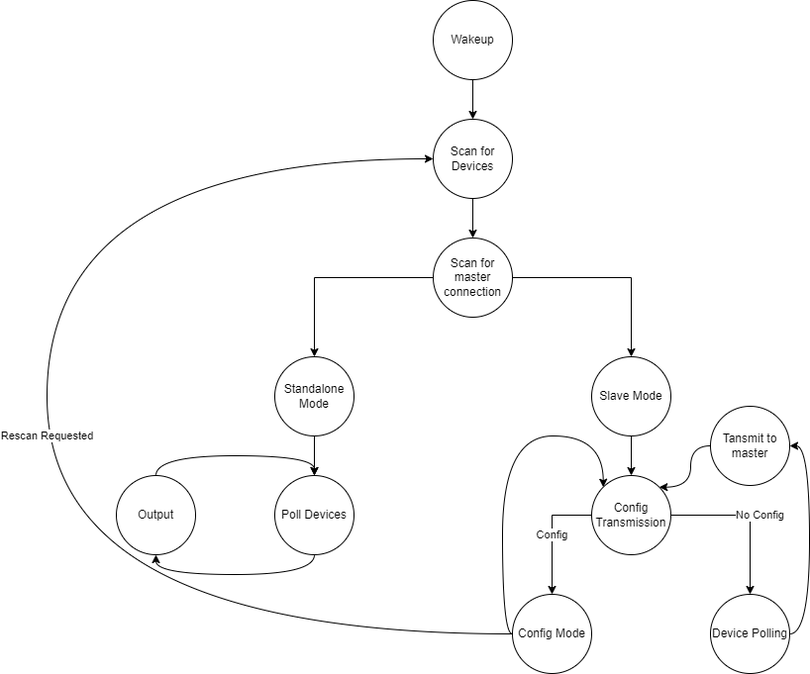
Above: ProjectDocuments/flowchart.png in YonatanAmir1996/M5StackTelemetry (draw.io), before the change. Source tidied: cells renumbered, new cells last; positions are measured from the earlier drawing's top-left corner, leaving out a move shared by most shapes.
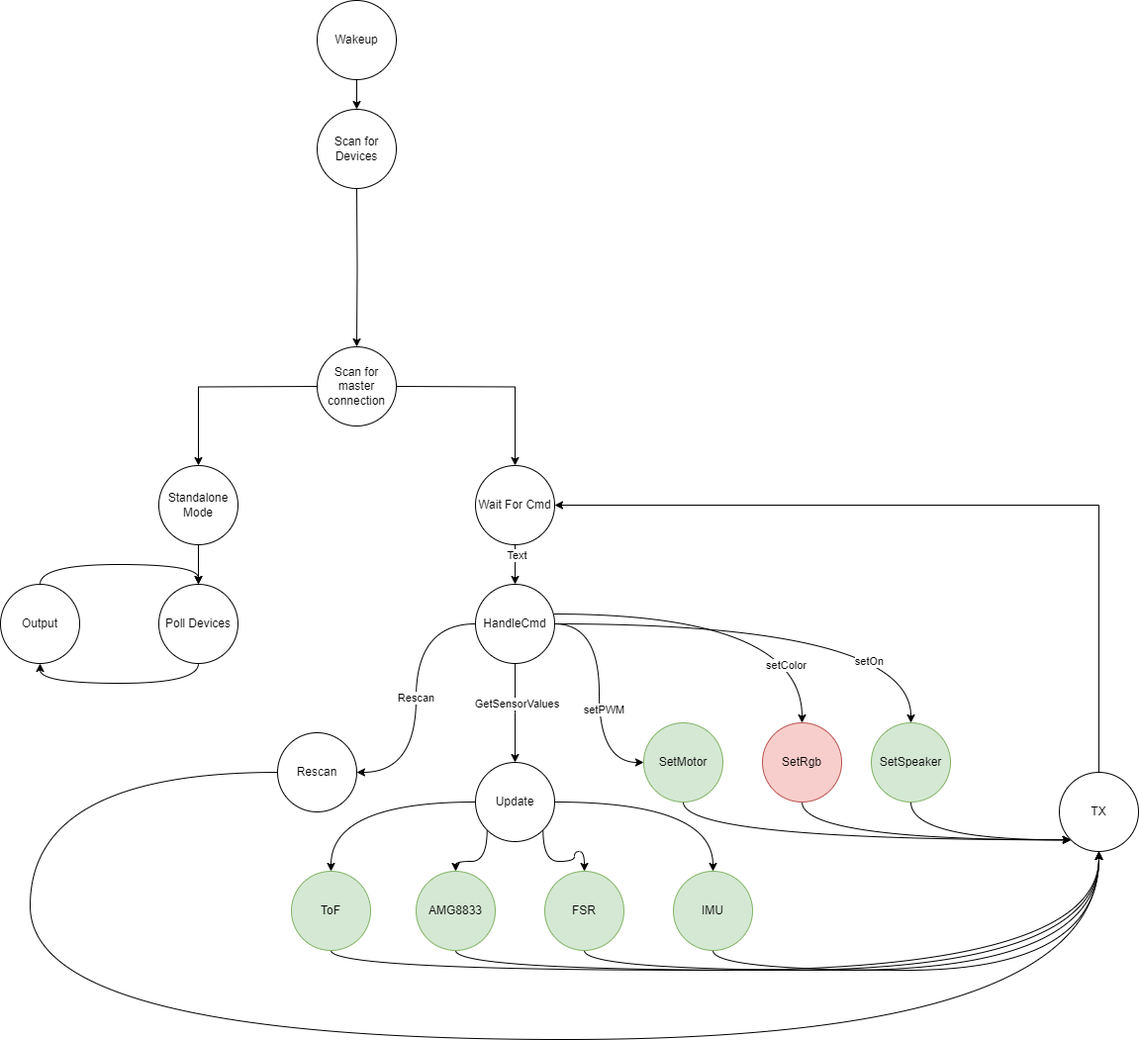
Above is the later version.

The edit, as a diff of the source:
```diff
@@ -2,31 +2,31 @@
   <root>
     <mxCell id="0" />
     <mxCell id="1" parent="0" />
-    <mxCell id="2" style="edgeStyle=orthogonalEdgeStyle;rounded=0;jettySize=auto;html=1;entryX=0.5;entryY=0;entryDx=0;entryDy=0;" parent="1" edge="1" source="3" target="5">
-      <mxGeometry relative="1" as="geometry" />
-    </mxCell>
+    <mxCell id="27" style="edgeStyle=orthogonalEdgeStyle;rounded=0;jettySize=auto;html=1;exitX=0.5;exitY=1;exitDx=0;exitDy=0;entryX=0.5;entryY=0;entryDx=0;entryDy=0;" parent="1" edge="1" source="3">
+      <mxGeometry relative="1" as="geometry">
+        <mxPoint x="430" as="targetPoint" />
+      </mxGeometry>
+    </mxCell>
     <mxCell id="3" value="Wakeup" style="ellipse;whiteSpace=wrap;html=1;" parent="1" vertex="1">
-      <mxGeometry x="390" width="80" height="80" as="geometry" />
+      <mxGeometry x="390" y="-110" width="80" height="80" as="geometry" />
     </mxCell>
-    <mxCell id="4" style="edgeStyle=orthogonalEdgeStyle;rounded=0;jettySize=auto;html=1;entryX=0.5;entryY=0;entryDx=0;entryDy=0;" parent="1" edge="1" source="5" target="8">
-      <mxGeometry relative="1" as="geometry" />
-    </mxCell>
-    <mxCell id="5" value="Scan for Devices" style="ellipse;whiteSpace=wrap;html=1;" parent="1" vertex="1">
-      <mxGeometry x="390" y="120" width="80" height="80" as="geometry" />
-    </mxCell>
-    <mxCell id="6" style="edgeStyle=orthogonalEdgeStyle;rounded=0;jettySize=auto;html=1;entryX=0.5;entryY=0;entryDx=0;entryDy=0;" parent="1" edge="1" source="8" target="10">
-      <mxGeometry relative="1" as="geometry" />
+    <mxCell id="6" style="edgeStyle=orthogonalEdgeStyle;rounded=0;jettySize=auto;html=1;entryX=0.5;entryY=0;entryDx=0;entryDy=0;" parent="1" edge="1" target="10">
+      <mxGeometry relative="1" as="geometry">
+        <mxPoint x="470" y="280" as="sourcePoint" />
+      </mxGeometry>
     </mxCell>
-    <mxCell id="7" style="edgeStyle=orthogonalEdgeStyle;rounded=0;jettySize=auto;html=1;entryX=0.5;entryY=0;entryDx=0;entryDy=0;" parent="1" edge="1" source="8" target="12">
-      <mxGeometry relative="1" as="geometry" />
+    <mxCell id="7" style="edgeStyle=orthogonalEdgeStyle;rounded=0;jettySize=auto;html=1;entryX=0.5;entryY=0;entryDx=0;entryDy=0;" parent="1" edge="1" target="12">
+      <mxGeometry relative="1" as="geometry">
+        <mxPoint x="390" y="280" as="sourcePoint" />
+      </mxGeometry>
     </mxCell>
-    <mxCell id="8" value="Scan for master connection" style="ellipse;whiteSpace=wrap;html=1;" parent="1" vertex="1">
-      <mxGeometry x="390" y="240" width="80" height="80" as="geometry" />
-    </mxCell>
     <mxCell id="9" style="edgeStyle=orthogonalEdgeStyle;rounded=0;jettySize=auto;html=1;entryX=0.5;entryY=0;entryDx=0;entryDy=0;" parent="1" edge="1" source="10" target="19">
       <mxGeometry relative="1" as="geometry" />
     </mxCell>
+    <mxCell id="28" value="Text" style="edgeLabel;html=1;align=center;verticalAlign=middle;" parent="9" vertex="1">
+      <mxGeometry x="-0.5" y="1" relative="1" as="geometry" />
+    </mxCell>
-    <mxCell id="10" value="Slave Mode" style="ellipse;whiteSpace=wrap;html=1;" parent="1" vertex="1">
+    <mxCell id="10" value="Wait For Cmd" style="ellipse;whiteSpace=wrap;html=1;" parent="1" vertex="1">
       <mxGeometry x="550" y="360" width="80" height="80" as="geometry" />
     </mxCell>
     <mxCell id="11" style="edgeStyle=orthogonalEdgeStyle;rounded=0;jettySize=auto;html=1;entryX=0.5;entryY=0;entryDx=0;entryDy=0;" parent="1" edge="1" source="12" target="14">
@@ -52,55 +52,131 @@
     <mxCell id="16" value="Output" style="ellipse;whiteSpace=wrap;html=1;" parent="1" vertex="1">
       <mxGeometry x="70" y="480" width="80" height="80" as="geometry" />
     </mxCell>
-    <mxCell id="17" value="No Config" style="edgeStyle=orthogonalEdgeStyle;rounded=0;jettySize=auto;html=1;entryX=0.5;entryY=0;entryDx=0;entryDy=0;" parent="1" edge="1" source="19" target="21">
-      <mxGeometry y="10" relative="1" as="geometry" />
-    </mxCell>
-    <mxCell id="18" value="Config" style="edgeStyle=orthogonalEdgeStyle;rounded=0;jettySize=auto;html=1;entryX=0.5;entryY=0;entryDx=0;entryDy=0;" parent="1" edge="1" source="19" target="26">
-      <mxGeometry relative="1" as="geometry">
-        <Array as="points">
-          <mxPoint x="510" y="520" />
-        </Array>
-      </mxGeometry>
+    <mxCell id="18" value="Rescan" style="edgeStyle=orthogonalEdgeStyle;rounded=0;jettySize=auto;html=1;entryX=1;entryY=0.5;entryDx=0;entryDy=0;curved=1;" parent="1" edge="1" source="19" target="26">
+      <mxGeometry relative="1" as="geometry" />
     </mxCell>
+    <mxCell id="29" style="edgeStyle=orthogonalEdgeStyle;rounded=0;jettySize=auto;html=1;exitX=0.5;exitY=1;exitDx=0;exitDy=0;" parent="1" edge="1" source="19">
+      <mxGeometry relative="1" as="geometry">
+        <mxPoint x="590" y="660" as="targetPoint" />
+      </mxGeometry>
+    </mxCell>
+    <mxCell id="30" value="GetSensorValues" style="edgeLabel;html=1;align=center;verticalAlign=middle;" parent="29" vertex="1">
+      <mxGeometry x="-0.2" y="1" relative="1" as="geometry" />
+    </mxCell>
+    <mxCell id="31" style="edgeStyle=orthogonalEdgeStyle;rounded=0;jettySize=auto;html=1;exitX=1;exitY=0.5;exitDx=0;exitDy=0;entryX=0;entryY=0.5;entryDx=0;entryDy=0;curved=1;" parent="1" edge="1" source="19" target="37">
+      <mxGeometry relative="1" as="geometry" />
+    </mxCell>
+    <mxCell id="32" value="setPWM" style="edgeLabel;html=1;align=center;verticalAlign=middle;" parent="31" vertex="1">
+      <mxGeometry x="0.14" y="4" relative="1" as="geometry" />
+    </mxCell>
+    <mxCell id="33" style="edgeStyle=orthogonalEdgeStyle;rounded=0;jettySize=auto;html=1;exitX=1;exitY=1;exitDx=0;exitDy=0;entryX=0.5;entryY=0;entryDx=0;entryDy=0;curved=1;" parent="1" edge="1" target="39">
+      <mxGeometry relative="1" as="geometry">
+        <mxPoint x="630" y="510" as="sourcePoint" />
+      </mxGeometry>
+    </mxCell>
+    <mxCell id="34" value="setColor" style="edgeLabel;html=1;align=center;verticalAlign=middle;" parent="33" vertex="1">
+      <mxGeometry x="0.68" y="-17" relative="1" as="geometry" />
+    </mxCell>
-    <mxCell id="19" value="Config Transmission" style="ellipse;whiteSpace=wrap;html=1;" parent="1" vertex="1">
+    <mxCell id="19" value="HandleCmd" style="ellipse;whiteSpace=wrap;html=1;" parent="1" vertex="1">
       <mxGeometry x="550" y="480" width="80" height="80" as="geometry" />
     </mxCell>
-    <mxCell id="20" style="edgeStyle=orthogonalEdgeStyle;jettySize=auto;html=1;entryX=1;entryY=0.5;entryDx=0;entryDy=0;curved=1;" parent="1" edge="1" source="21" target="23">
-      <mxGeometry relative="1" as="geometry">
-        <Array as="points">
-          <mxPoint x="770" y="640" />
-          <mxPoint x="770" y="450" />
-        </Array>
-      </mxGeometry>
-    </mxCell>
-    <mxCell id="21" value="Device Polling" style="ellipse;whiteSpace=wrap;html=1;" parent="1" vertex="1">
-      <mxGeometry x="670" y="600" width="80" height="80" as="geometry" />
-    </mxCell>
-    <mxCell id="22" style="edgeStyle=orthogonalEdgeStyle;jettySize=auto;html=1;entryX=1;entryY=0;entryDx=0;entryDy=0;curved=1;" parent="1" edge="1" source="23" target="19">
-      <mxGeometry relative="1" as="geometry" />
-    </mxCell>
-    <mxCell id="23" value="Tansmit to master" style="ellipse;whiteSpace=wrap;html=1;" parent="1" vertex="1">
-      <mxGeometry x="670" y="410" width="80" height="80" as="geometry" />
-    </mxCell>
-    <mxCell id="24" value="Rescan Requested" style="edgeStyle=orthogonalEdgeStyle;jettySize=auto;html=1;entryX=0;entryY=0.5;entryDx=0;entryDy=0;curved=1;" parent="1" edge="1" source="26" target="5">
-      <mxGeometry relative="1" as="geometry">
-        <Array as="points">
-          <mxPoint y="640" />
-          <mxPoint y="160" />
-        </Array>
-      </mxGeometry>
-    </mxCell>
-    <mxCell id="25" style="edgeStyle=orthogonalEdgeStyle;jettySize=auto;html=1;entryX=0;entryY=0;entryDx=0;entryDy=0;curved=1;" parent="1" edge="1" source="26" target="19">
-      <mxGeometry relative="1" as="geometry">
-        <Array as="points">
-          <mxPoint x="460" y="640" />
-          <mxPoint x="460" y="440" />
-          <mxPoint x="562" y="440" />
-        </Array>
-      </mxGeometry>
-    </mxCell>
+    <mxCell id="35" style="edgeStyle=orthogonalEdgeStyle;rounded=0;jettySize=auto;html=1;exitX=0;exitY=0.5;exitDx=0;exitDy=0;entryX=0.5;entryY=1;entryDx=0;entryDy=0;curved=1;" parent="1" edge="1" source="26" target="54">
+      <mxGeometry relative="1" as="geometry">
+        <Array as="points">
+          <mxPoint x="100" y="670" />
+          <mxPoint x="100" y="940" />
+          <mxPoint x="1180" y="940" />
+        </Array>
+      </mxGeometry>
+    </mxCell>
-    <mxCell id="26" value="Config Mode" style="ellipse;whiteSpace=wrap;html=1;" parent="1" vertex="1">
-      <mxGeometry x="470" y="600" width="80" height="80" as="geometry" />
+    <mxCell id="26" value="Rescan" style="ellipse;whiteSpace=wrap;html=1;" parent="1" vertex="1">
+      <mxGeometry x="350" y="630" width="80" height="80" as="geometry" />
     </mxCell>
+    <mxCell id="36" style="edgeStyle=orthogonalEdgeStyle;rounded=0;jettySize=auto;html=1;exitX=0.5;exitY=1;exitDx=0;exitDy=0;entryX=0;entryY=1;entryDx=0;entryDy=0;curved=1;" parent="1" edge="1" source="37" target="54">
+      <mxGeometry relative="1" as="geometry" />
+    </mxCell>
+    <mxCell id="37" value="SetMotor" style="ellipse;whiteSpace=wrap;html=1;fillColor=#d5e8d4;strokeColor=#82b366;" parent="1" vertex="1">
+      <mxGeometry x="720" y="620" width="80" height="80" as="geometry" />
+    </mxCell>
+    <mxCell id="38" style="edgeStyle=orthogonalEdgeStyle;rounded=0;jettySize=auto;html=1;exitX=0.5;exitY=1;exitDx=0;exitDy=0;entryX=0;entryY=1;entryDx=0;entryDy=0;curved=1;" parent="1" edge="1" source="39" target="54">
+      <mxGeometry relative="1" as="geometry" />
+    </mxCell>
+    <mxCell id="39" value="SetRgb" style="ellipse;whiteSpace=wrap;html=1;fillColor=#f8cecc;strokeColor=#b85450;" parent="1" vertex="1">
+      <mxGeometry x="840" y="620" width="80" height="80" as="geometry" />
+    </mxCell>
+    <mxCell id="40" style="edgeStyle=orthogonalEdgeStyle;rounded=0;jettySize=auto;html=1;exitX=0.5;exitY=1;exitDx=0;exitDy=0;entryX=0.5;entryY=1;entryDx=0;entryDy=0;curved=1;" parent="1" edge="1" source="41" target="54">
+      <mxGeometry relative="1" as="geometry" />
+    </mxCell>
+    <mxCell id="41" value="ToF" style="ellipse;whiteSpace=wrap;html=1;fillColor=#d5e8d4;strokeColor=#82b366;" parent="1" vertex="1">
+      <mxGeometry x="364" y="770" width="80" height="80" as="geometry" />
+    </mxCell>
+    <mxCell id="42" style="edgeStyle=orthogonalEdgeStyle;rounded=0;jettySize=auto;html=1;exitX=0.5;exitY=1;exitDx=0;exitDy=0;curved=1;" parent="1" edge="1" source="43">
+      <mxGeometry relative="1" as="geometry">
+        <mxPoint x="1180" y="750" as="targetPoint" />
+      </mxGeometry>
+    </mxCell>
+    <mxCell id="43" value="AMG8833" style="ellipse;whiteSpace=wrap;html=1;fillColor=#d5e8d4;strokeColor=#82b366;" parent="1" vertex="1">
+      <mxGeometry x="490" y="770" width="80" height="80" as="geometry" />
+    </mxCell>
+    <mxCell id="44" style="edgeStyle=orthogonalEdgeStyle;rounded=0;jettySize=auto;html=1;exitX=0.5;exitY=1;exitDx=0;exitDy=0;curved=1;" parent="1" edge="1" source="45">
+      <mxGeometry relative="1" as="geometry">
+        <mxPoint x="1180" y="750" as="targetPoint" />
+      </mxGeometry>
+    </mxCell>
+    <mxCell id="45" value="FSR" style="ellipse;whiteSpace=wrap;html=1;fillColor=#d5e8d4;strokeColor=#82b366;" parent="1" vertex="1">
+      <mxGeometry x="620" y="770" width="80" height="80" as="geometry" />
+    </mxCell>
+    <mxCell id="46" style="edgeStyle=orthogonalEdgeStyle;rounded=0;jettySize=auto;html=1;exitX=0.5;exitY=1;exitDx=0;exitDy=0;entryX=0;entryY=1;entryDx=0;entryDy=0;curved=1;" parent="1" edge="1" source="47" target="54">
+      <mxGeometry relative="1" as="geometry" />
+    </mxCell>
+    <mxCell id="47" value="SetSpeaker" style="ellipse;whiteSpace=wrap;html=1;fillColor=#d5e8d4;strokeColor=#82b366;" parent="1" vertex="1">
+      <mxGeometry x="950" y="620" width="80" height="80" as="geometry" />
+    </mxCell>
+    <mxCell id="48" style="edgeStyle=orthogonalEdgeStyle;rounded=0;jettySize=auto;html=1;exitX=0.5;exitY=1;exitDx=0;exitDy=0;entryX=0.5;entryY=1;entryDx=0;entryDy=0;curved=1;" parent="1" edge="1" source="49" target="54">
+      <mxGeometry relative="1" as="geometry" />
+    </mxCell>
+    <mxCell id="49" value="IMU" style="ellipse;whiteSpace=wrap;html=1;fillColor=#d5e8d4;strokeColor=#82b366;" parent="1" vertex="1">
+      <mxGeometry x="750" y="770" width="80" height="80" as="geometry" />
+    </mxCell>
+    <mxCell id="50" style="edgeStyle=orthogonalEdgeStyle;rounded=0;jettySize=auto;html=1;exitX=0.5;exitY=1;exitDx=0;exitDy=0;entryX=0.5;entryY=0;entryDx=0;entryDy=0;" parent="1" edge="1" target="8">
+      <mxGeometry relative="1" as="geometry">
+        <mxPoint x="430" y="80" as="sourcePoint" />
+      </mxGeometry>
+    </mxCell>
+    <mxCell id="5" value="Scan for Devices" style="ellipse;whiteSpace=wrap;html=1;" parent="1" vertex="1">
+      <mxGeometry x="390" width="80" height="80" as="geometry" />
+    </mxCell>
+    <mxCell id="8" value="Scan for master connection" style="ellipse;whiteSpace=wrap;html=1;" parent="1" vertex="1">
+      <mxGeometry x="390" y="240" width="80" height="80" as="geometry" />
+    </mxCell>
+    <mxCell id="51" style="edgeStyle=orthogonalEdgeStyle;rounded=0;jettySize=auto;html=1;exitX=1;exitY=0.5;exitDx=0;exitDy=0;entryX=0.5;entryY=0;entryDx=0;entryDy=0;curved=1;" parent="1" edge="1" source="19">
+      <mxGeometry relative="1" as="geometry">
+        <mxPoint x="990" y="620" as="targetPoint" />
+      </mxGeometry>
+    </mxCell>
+    <mxCell id="52" value="setOn" style="edgeLabel;html=1;align=center;verticalAlign=middle;" parent="51" vertex="1">
+      <mxGeometry x="0.38" y="-37" relative="1" as="geometry" />
+    </mxCell>
+    <mxCell id="53" style="edgeStyle=orthogonalEdgeStyle;rounded=0;jettySize=auto;html=1;exitX=0.5;exitY=0;exitDx=0;exitDy=0;entryX=1;entryY=0.5;entryDx=0;entryDy=0;" parent="1" edge="1" source="54" target="10">
+      <mxGeometry relative="1" as="geometry" />
+    </mxCell>
+    <mxCell id="54" value="TX" style="ellipse;whiteSpace=wrap;html=1;" parent="1" vertex="1">
+      <mxGeometry x="1140" y="670" width="80" height="80" as="geometry" />
+    </mxCell>
+    <mxCell id="55" style="edgeStyle=orthogonalEdgeStyle;rounded=0;jettySize=auto;html=1;exitX=0;exitY=0.5;exitDx=0;exitDy=0;curved=1;" parent="1" edge="1" source="59" target="41">
+      <mxGeometry relative="1" as="geometry" />
+    </mxCell>
+    <mxCell id="56" style="edgeStyle=orthogonalEdgeStyle;rounded=0;jettySize=auto;html=1;exitX=0;exitY=1;exitDx=0;exitDy=0;entryX=0.5;entryY=0;entryDx=0;entryDy=0;curved=1;" parent="1" edge="1" source="59" target="43">
+      <mxGeometry relative="1" as="geometry" />
+    </mxCell>
+    <mxCell id="57" style="edgeStyle=orthogonalEdgeStyle;rounded=0;jettySize=auto;html=1;exitX=1;exitY=1;exitDx=0;exitDy=0;curved=1;" parent="1" edge="1" source="59" target="45">
+      <mxGeometry relative="1" as="geometry" />
+    </mxCell>
+    <mxCell id="58" style="edgeStyle=orthogonalEdgeStyle;rounded=0;jettySize=auto;html=1;exitX=1;exitY=0.5;exitDx=0;exitDy=0;curved=1;" parent="1" edge="1" source="59" target="49">
+      <mxGeometry relative="1" as="geometry" />
+    </mxCell>
+    <mxCell id="59" value="Update" style="ellipse;whiteSpace=wrap;html=1;" parent="1" vertex="1">
+      <mxGeometry x="550" y="660" width="80" height="80" as="geometry" />
+    </mxCell>
   </root>
 </mxGraphModel>
```
